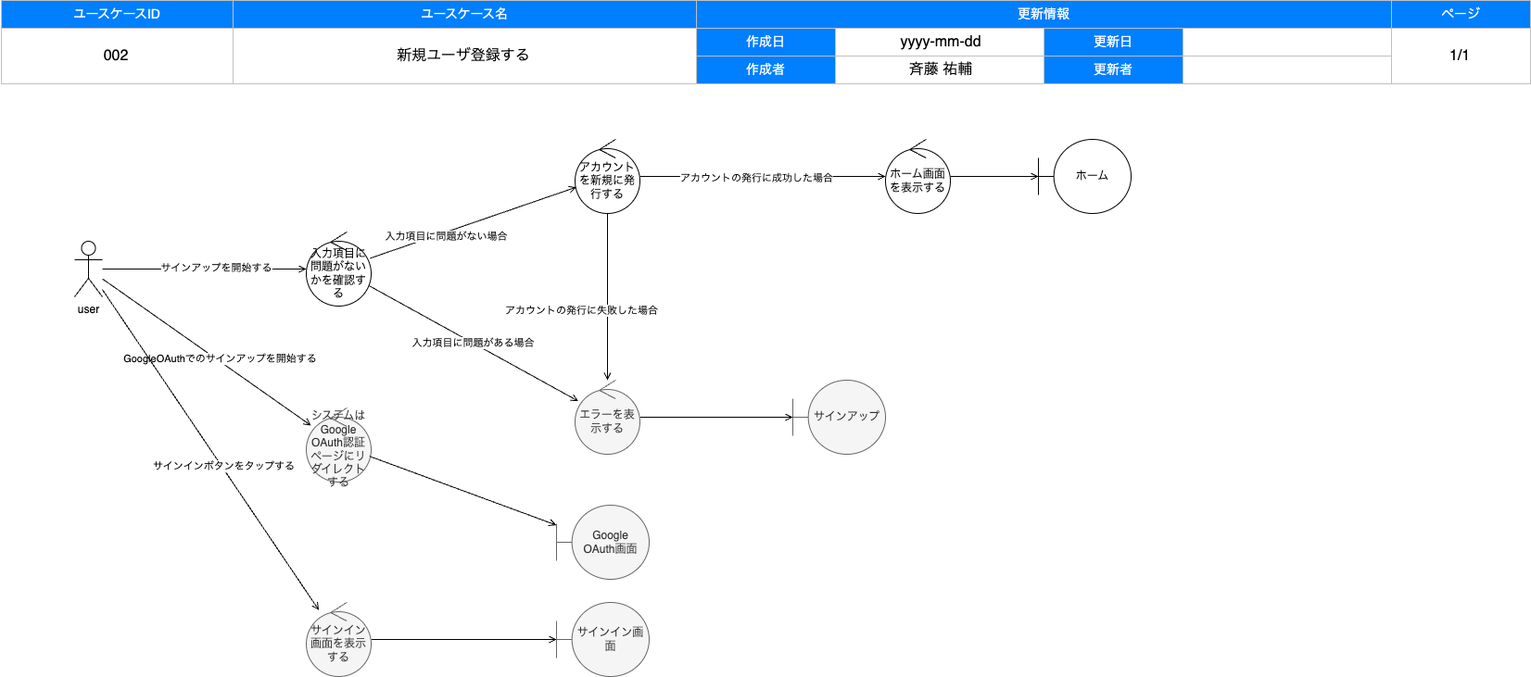
This is documents/nobody/002_signUp.drawio.png from uskithub/CABoilerplate, a draw.io export, as it was before one commit. Source tidied: cells renumbered, new cells last; positions are measured from the earlier drawing's top-left corner, leaving out a move shared by most shapes.
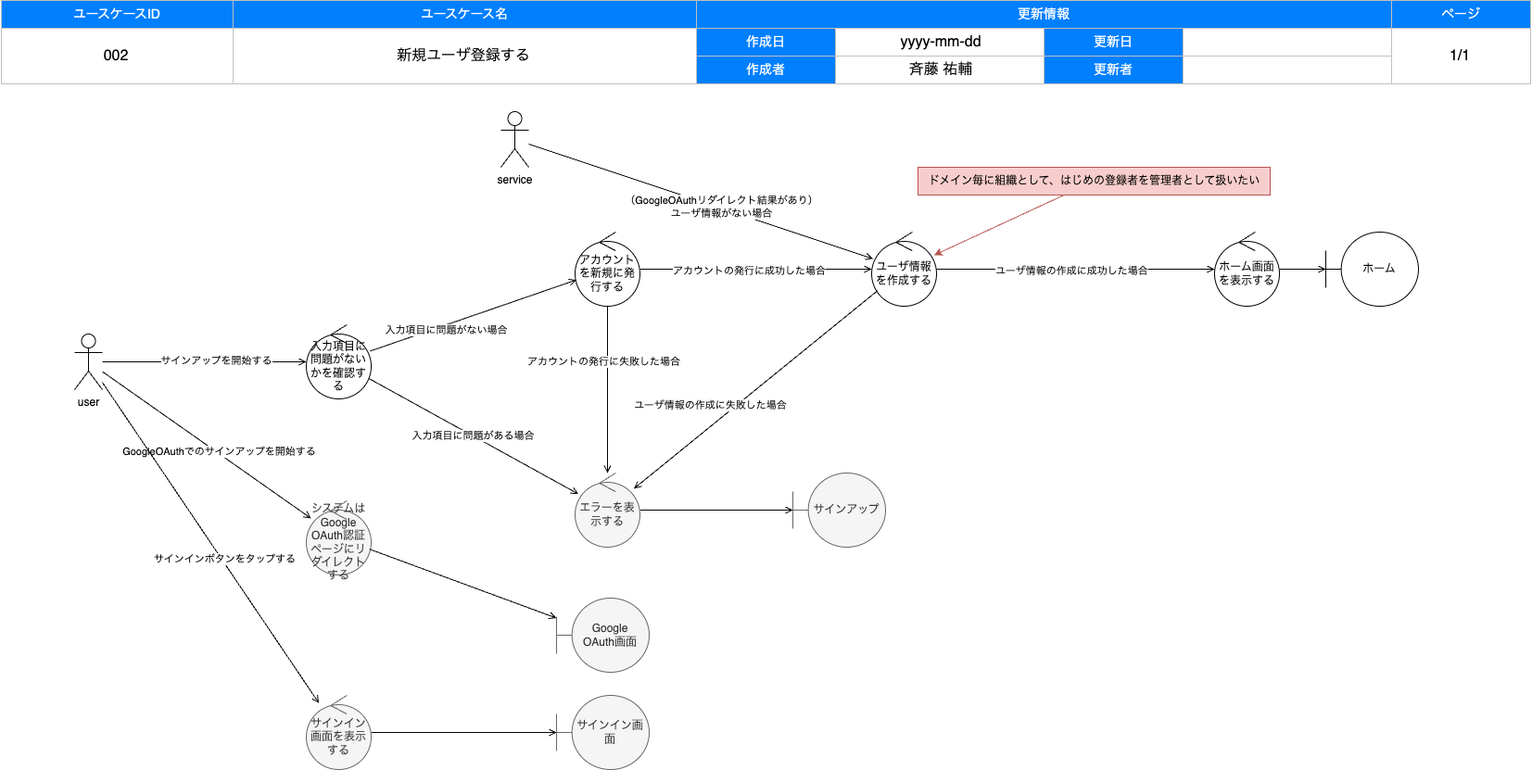
After the commit.

Diff of the diagram source:
```diff
@@ -3,7 +3,7 @@
     <mxCell id="0" />
     <mxCell id="1" parent="0" />
     <mxCell id="2" style="group;" parent="1" vertex="1">
-      <mxGeometry x="1" width="1650" height="90" as="geometry" />
+      <mxGeometry x="1" y="-100" width="1650" height="90" as="geometry" />
     </mxCell>
     <mxCell id="3" value="ユースケースID" style="rounded=0;whiteSpace=wrap;html=1;strokeColor=#C0C0C0;fontSize=14;labelBorderColor=none;labelBackgroundColor=none;fillColor=#007FFF;fontColor=#FFFFFF;" parent="2" vertex="1">
       <mxGeometry width="250" height="30" as="geometry" />
@@ -52,19 +52,19 @@
     </mxCell>
     <mxCell id="18" value="ドキュメント情報" parent="0" />
     <mxCell id="19" value="新規ユーザ登録する" style="text;html=1;strokeColor=none;fillColor=none;align=center;verticalAlign=middle;whiteSpace=wrap;labelBackgroundColor=none;fontSize=16;fontColor=#000000;" parent="18" vertex="1">
-      <mxGeometry x="250" y="30" width="500" height="60" as="geometry" />
+      <mxGeometry x="250" y="-70" width="500" height="60" as="geometry" />
     </mxCell>
     <mxCell id="20" value="斉藤 祐輔" style="text;html=1;strokeColor=none;fillColor=none;align=center;verticalAlign=middle;whiteSpace=wrap;labelBackgroundColor=none;fontSize=16;fontColor=#000000;" parent="18" vertex="1">
-      <mxGeometry x="900" y="60" width="230" height="30" as="geometry" />
+      <mxGeometry x="900" y="-40" width="230" height="30" as="geometry" />
     </mxCell>
     <mxCell id="21" value="1/1" style="text;html=1;strokeColor=none;fillColor=none;align=center;verticalAlign=middle;whiteSpace=wrap;labelBackgroundColor=none;fontSize=16;fontColor=#000000;" parent="18" vertex="1">
-      <mxGeometry x="1500" y="30" width="150" height="60" as="geometry" />
+      <mxGeometry x="1500" y="-70" width="150" height="60" as="geometry" />
     </mxCell>
     <mxCell id="22" value="yyyy-mm-dd" style="text;html=1;strokeColor=none;fillColor=none;align=center;verticalAlign=middle;whiteSpace=wrap;labelBackgroundColor=none;fontSize=16;fontColor=#000000;" parent="18" vertex="1">
-      <mxGeometry x="900" y="30" width="230" height="30" as="geometry" />
+      <mxGeometry x="900" y="-70" width="230" height="30" as="geometry" />
     </mxCell>
     <mxCell id="23" value="002" style="text;html=1;strokeColor=none;fillColor=none;align=center;verticalAlign=middle;whiteSpace=wrap;labelBackgroundColor=none;fontSize=16;fontColor=#000000;" parent="18" vertex="1">
-      <mxGeometry y="30" width="250" height="60" as="geometry" />
+      <mxGeometry y="-70" width="250" height="60" as="geometry" />
     </mxCell>
     <mxCell id="24" value="ロバストネス図" parent="0" />
     <mxCell id="25" style="edgeStyle=none;html=1;endArrow=open;endFill=0;" parent="24" edge="1" source="29" target="41">
@@ -99,7 +99,7 @@
       <mxGeometry relative="1" as="geometry" />
     </mxCell>
     <mxCell id="34" value="ホーム画面を表示する" style="ellipse;shape=umlControl;whiteSpace=wrap;html=1;" parent="24" vertex="1">
-      <mxGeometry x="955" y="150" width="70" height="80" as="geometry" />
+      <mxGeometry x="1310" y="150" width="70" height="80" as="geometry" />
     </mxCell>
     <mxCell id="35" style="edgeStyle=none;html=1;endArrow=open;endFill=0;" parent="24" edge="1" source="36" target="38">
       <mxGeometry relative="1" as="geometry" />
@@ -108,12 +108,12 @@
       <mxGeometry x="620" y="410" width="70" height="80" as="geometry" />
     </mxCell>
     <mxCell id="37" value="ホーム" style="shape=umlBoundary;whiteSpace=wrap;html=1;" parent="24" vertex="1">
-      <mxGeometry x="1120" y="150" width="100" height="80" as="geometry" />
+      <mxGeometry x="1430" y="150" width="100" height="80" as="geometry" />
     </mxCell>
     <mxCell id="38" value="サインアップ" style="shape=umlBoundary;whiteSpace=wrap;html=1;fillColor=#f5f5f5;fontColor=#333333;strokeColor=#666666;" parent="24" vertex="1">
       <mxGeometry x="855" y="410" width="100" height="80" as="geometry" />
     </mxCell>
-    <mxCell id="39" style="edgeStyle=none;html=1;endArrow=open;endFill=0;" parent="24" edge="1" source="41" target="34">
+    <mxCell id="39" style="edgeStyle=none;html=1;endArrow=open;endFill=0;" parent="24" edge="1" source="41" target="57">
       <mxGeometry relative="1" as="geometry" />
     </mxCell>
     <mxCell id="40" value="アカウントの発行に成功した場合" style="edgeLabel;html=1;align=center;verticalAlign=middle;" parent="39" vertex="1">
@@ -129,7 +129,7 @@
     </mxCell>
     <mxCell id="43" value="アカウントの発行に失敗した場合" style="edgeLabel;html=1;align=center;verticalAlign=middle;" parent="42" vertex="1">
       <mxGeometry x="0.16" y="-1" relative="1" as="geometry">
-        <mxPoint x="-28" as="offset" />
+        <mxPoint x="-4" y="-44" as="offset" />
       </mxGeometry>
     </mxCell>
     <mxCell id="44" value="システムはGoogle OAuth認証ページにリダイレクトする" style="ellipse;shape=umlControl;whiteSpace=wrap;html=1;fillColor=#f5f5f5;fontColor=#333333;strokeColor=#666666;" parent="24" vertex="1">
@@ -162,5 +162,39 @@
     <mxCell id="53" value="サインイン画面" style="shape=umlBoundary;whiteSpace=wrap;html=1;fillColor=#f5f5f5;fontColor=#333333;strokeColor=#666666;" parent="24" vertex="1">
       <mxGeometry x="600" y="650" width="100" height="80" as="geometry" />
     </mxCell>
+    <mxCell id="54" value="service" style="shape=umlActor;verticalLabelPosition=bottom;verticalAlign=top;html=1;" parent="24" vertex="1">
+      <mxGeometry x="540" y="20" width="30" height="60" as="geometry" />
+    </mxCell>
+    <mxCell id="55" style="edgeStyle=none;html=1;endArrow=open;endFill=0;" parent="24" edge="1" source="54" target="57">
+      <mxGeometry relative="1" as="geometry" />
+    </mxCell>
+    <mxCell id="56" value="（GoogleOAuthリダイレクト結果があり）&lt;br&gt;ユーザ情報がない場合" style="edgeLabel;html=1;align=center;verticalAlign=middle;" parent="55" vertex="1">
+      <mxGeometry x="0.11" y="2" relative="1" as="geometry" />
+    </mxCell>
+    <mxCell id="57" value="ユーザ情報を作成する" style="ellipse;shape=umlControl;whiteSpace=wrap;html=1;" parent="24" vertex="1">
+      <mxGeometry x="940" y="150" width="70" height="80" as="geometry" />
+    </mxCell>
+    <mxCell id="58" style="edgeStyle=none;html=1;endArrow=open;endFill=0;" parent="24" edge="1" source="57" target="34">
+      <mxGeometry relative="1" as="geometry" />
+    </mxCell>
+    <mxCell id="59" value="ユーザ情報の作成に成功した場合" style="edgeLabel;html=1;align=center;verticalAlign=middle;" parent="58" vertex="1">
+      <mxGeometry x="0.16" y="-1" relative="1" as="geometry">
+        <mxPoint x="-28" as="offset" />
+      </mxGeometry>
+    </mxCell>
+    <mxCell id="60" style="edgeStyle=none;html=1;endArrow=open;endFill=0;" parent="24" edge="1" source="57" target="36">
+      <mxGeometry relative="1" as="geometry" />
+    </mxCell>
+    <mxCell id="61" value="ユーザ情報の作成に失敗した場合" style="edgeLabel;html=1;align=center;verticalAlign=middle;" parent="60" vertex="1">
+      <mxGeometry x="0.16" y="-1" relative="1" as="geometry">
+        <mxPoint x="-28" as="offset" />
+      </mxGeometry>
+    </mxCell>
+    <mxCell id="62" style="edgeStyle=none;html=1;fillColor=#f8cecc;strokeColor=#b85450;" parent="24" edge="1" source="63" target="57">
+      <mxGeometry relative="1" as="geometry" />
+    </mxCell>
+    <mxCell id="63" value="ドメイン毎に組織として、はじめの登録者を管理者として扱いたい" style="text;html=1;align=center;verticalAlign=middle;points=[];strokeColor=#b85450;fillColor=#f8cecc;" parent="24" vertex="1">
+      <mxGeometry x="990" y="80" width="380" height="30" as="geometry" />
+    </mxCell>
   </root>
 </mxGraphModel>
```
